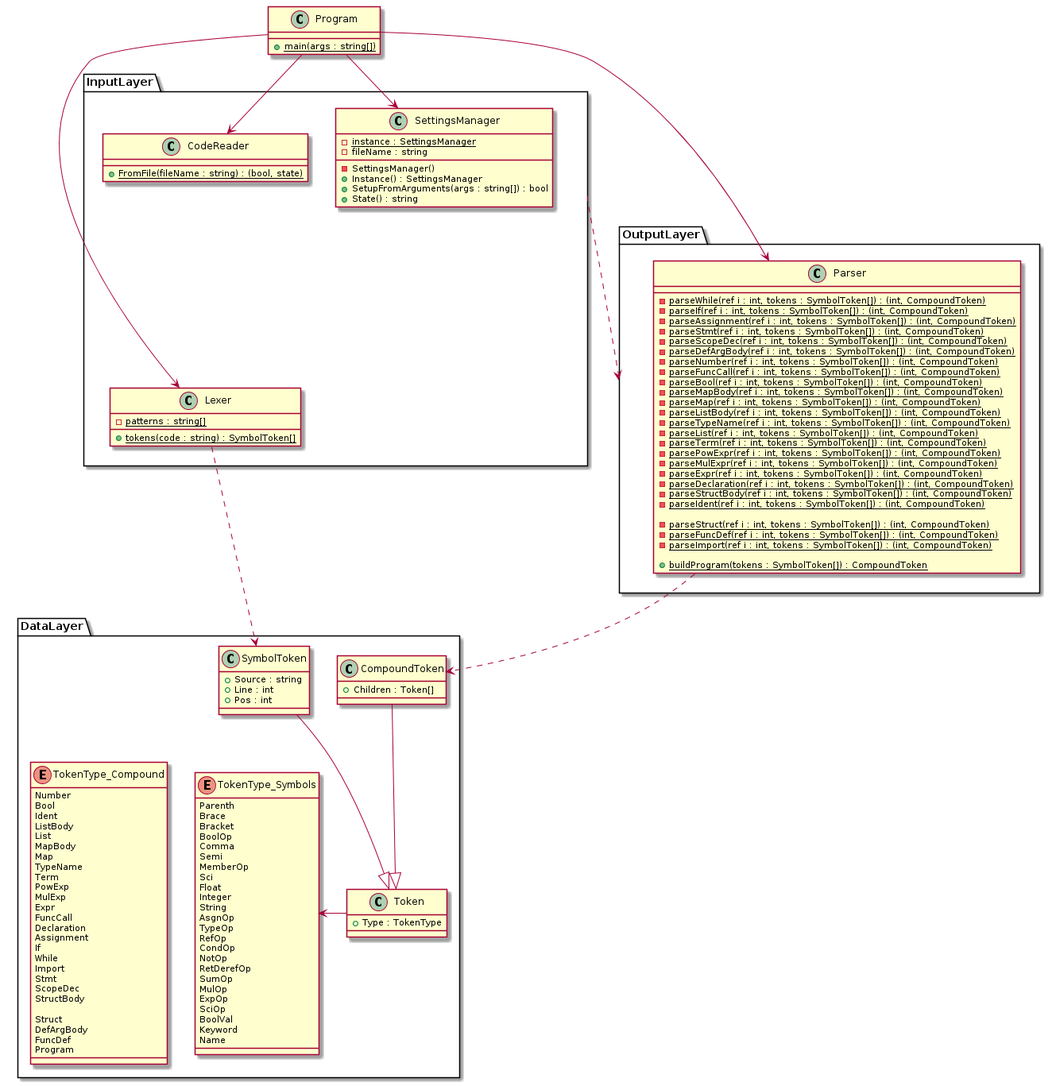
Above: docs/parser-class.png in blueOkiris/dylan-script (PlantUML), before the change. Source of this version:
```plantuml
@startuml parser-class

class Program {
    + {static} main(args : string[])
}

namespace DataLayer {
    enum TokenType_Symbols {
        Parenth
        Brace
        Bracket
        BoolOp
        Comma
        Semi
        MemberOp
        Sci
        Float
        Integer
        String
        AsgnOp
        TypeOp
        RefOp
        CondOp
        NotOp
        RetDerefOp
        SumOp
        MulOp
        ExpOp
        SciOp
        BoolVal
        Keyword
        Name
    }

    enum TokenType_Compound {
        Number
        Bool
        Ident
        ListBody
        List
        MapBody
        Map
        TypeName
        Term
        PowExp
        MulExp
        Expr
        FuncCall
        Declaration
        Assignment
        If
        While
        Import
        Stmt
        ScopeDec
        StructBody

        Struct
        DefArgBody
        FuncDef
        Program
    }

    class Token {
        + Type : TokenType
    }

    class SymbolToken {
        + Source : string
        + Line : int
        + Pos : int
    }

    class CompoundToken {
        + Children : Token[]
    }

    Token -l-> TokenType_Symbols
    TokenType_Compound -[hidden]> TokenType_Symbols
    SymbolToken -d-|> Token
    CompoundToken -d-|> Token

    SymbolToken -[hidden]> CompoundToken
}

namespace InputLayer {
    class SettingsManager {
        - {static} instance : SettingsManager
        - fileName : string

        - SettingsManager()
        + Instance() : SettingsManager
        + SetupFromArguments(args : string[]) : bool
        + State() : string
    }

    class CodeReader {
        + {static} FromFile(fileName : string) : (bool, state)
    }

    class Lexer {
        - {static} patterns : string[]
        + {static} tokens(code : string) : SymbolToken[]
    }

    CodeReader -[hidden]-> Lexer
}

namespace OutputLayer {
    class Parser {
        - {static} parseWhile(ref i : int, tokens : SymbolToken[]) : (int, CompoundToken)
        - {static} parseIf(ref i : int, tokens : SymbolToken[]) : (int, CompoundToken)
        - {static} parseAssignment(ref i : int, tokens : SymbolToken[]) : (int, CompoundToken)
        - {static} parseStmt(ref i : int, tokens : SymbolToken[]) : (int, CompoundToken)
        - {static} parseScopeDec(ref i : int, tokens : SymbolToken[]) : (int, CompoundToken)
        - {static} parseDefArgBody(ref i : int, tokens : SymbolToken[]) : (int, CompoundToken)
        - {static} parseNumber(ref i : int, tokens : SymbolToken[]) : (int, CompoundToken)
        - {static} parseFuncCall(ref i : int, tokens : SymbolToken[]) : (int, CompoundToken)
        - {static} parseBool(ref i : int, tokens : SymbolToken[]) : (int, CompoundToken)
        - {static} parseMapBody(ref i : int, tokens : SymbolToken[]) : (int, CompoundToken)
        - {static} parseMap(ref i : int, tokens : SymbolToken[]) : (int, CompoundToken)
        - {static} parseListBody(ref i : int, tokens : SymbolToken[]) : (int, CompoundToken)
        - {static} parseTypeName(ref i : int, tokens : SymbolToken[]) : (int, CompoundToken)
        - {static} parseList(ref i : int, tokens : SymbolToken[]) : (int, CompoundToken)
        - {static} parseTerm(ref i : int, tokens : SymbolToken[]) : (int, CompoundToken)
        - {static} parsePowExpr(ref i : int, tokens : SymbolToken[]) : (int, CompoundToken)
        - {static} parseMulExpr(ref i : int, tokens : SymbolToken[]) : (int, CompoundToken)
        - {static} parseExpr(ref i : int, tokens : SymbolToken[]) : (int, CompoundToken)
        - {static} parseDeclaration(ref i : int, tokens : SymbolToken[]) : (int, CompoundToken)
        - {static} parseStructBody(ref i : int, tokens : SymbolToken[]) : (int, CompoundToken)
        - {static} parseIdent(ref i : int, tokens : SymbolToken[]) : (int, CompoundToken)

        - {static} parseStruct(ref i : int, tokens : SymbolToken[]) : (int, CompoundToken)
        - {static} parseFuncDef(ref i : int, tokens : SymbolToken[]) : (int, CompoundToken)
        - {static} parseImport(ref i : int, tokens : SymbolToken[]) : (int, CompoundToken)

        + {static} buildProgram(tokens : SymbolToken[]) : CompoundToken
    }
}

Program --> InputLayer.SettingsManager
Program --> InputLayer.CodeReader
Program --> InputLayer.Lexer
Program ---> OutputLayer.Parser
InputLayer.Lexer .d.> DataLayer.SymbolToken
OutputLayer.Parser .d.> DataLayer.CompoundToken

InputLayer ..r.> OutputLayer

@enduml
```
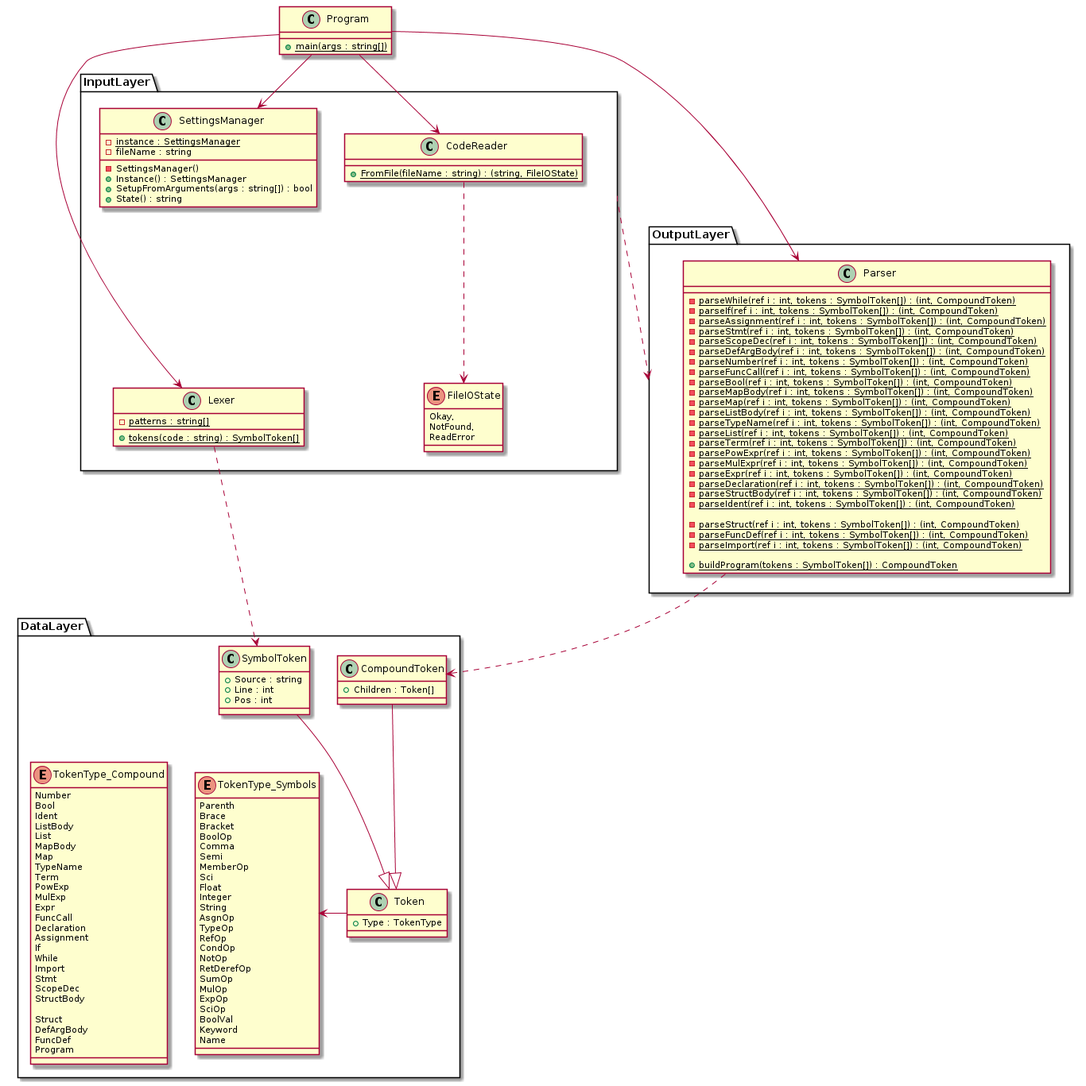
The same file after the commit.

The edit, as a diff of the source:
```diff
@@ -84,6 +84,12 @@
 }
 
 namespace InputLayer {
+    enum FileIOState {
+        Okay,
+        NotFound,
+        ReadError
+    }
+
     class SettingsManager {
         - {static} instance : SettingsManager
         - fileName : string
@@ -95,7 +101,7 @@
     }
 
     class CodeReader {
-        + {static} FromFile(fileName : string) : (bool, state)
+        + {static} FromFile(fileName : string) : (string, FileIOState)
     }
 
     class Lexer {
@@ -103,7 +109,8 @@
         + {static} tokens(code : string) : SymbolToken[]
     }
 
-    CodeReader -[hidden]-> Lexer
+    CodeReader .d.> FileIOState
+    SettingsManager -[hidden]-> Lexer
 }
 
 namespace OutputLayer {
```
